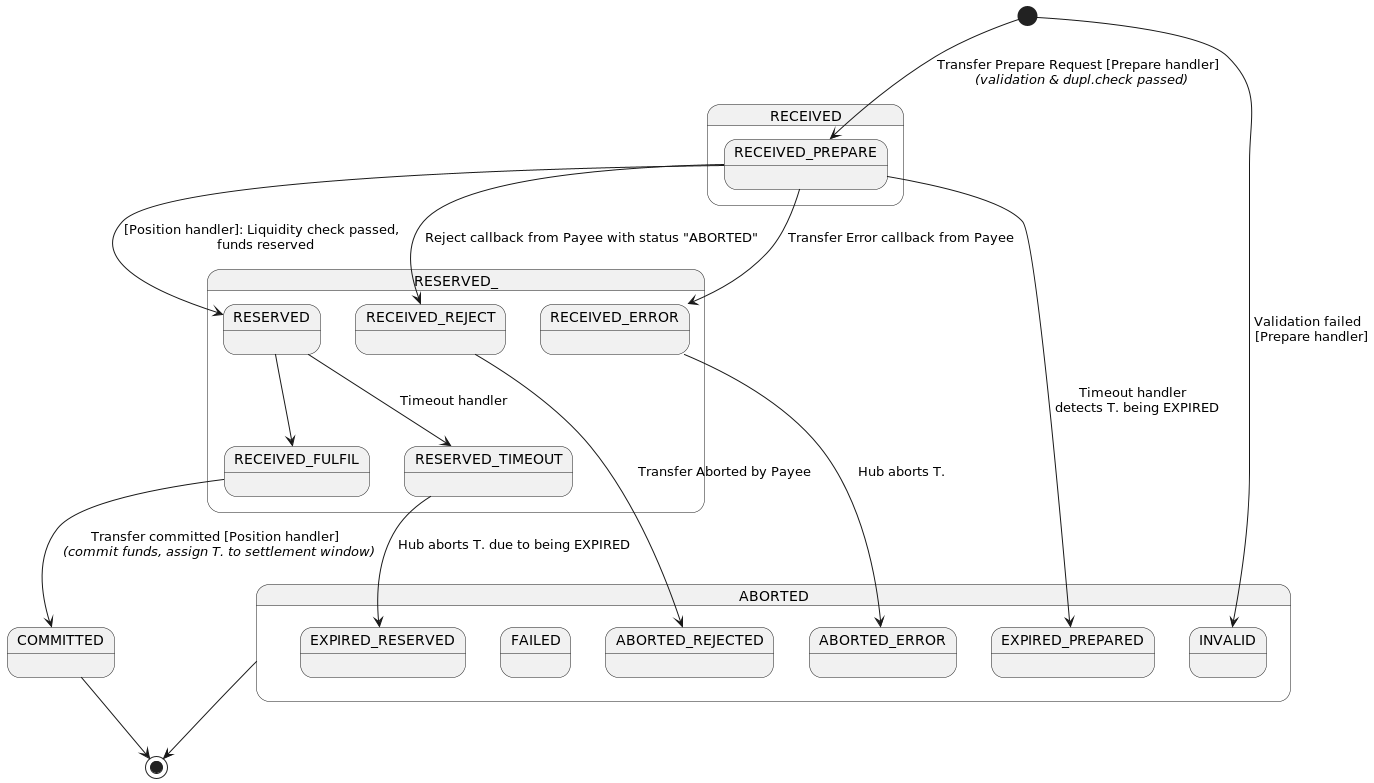
The PlantUML diagram documentation/state-diagrams/transfer-internal-states-diagram.png in mojaloop/central-ledger, before a commit.
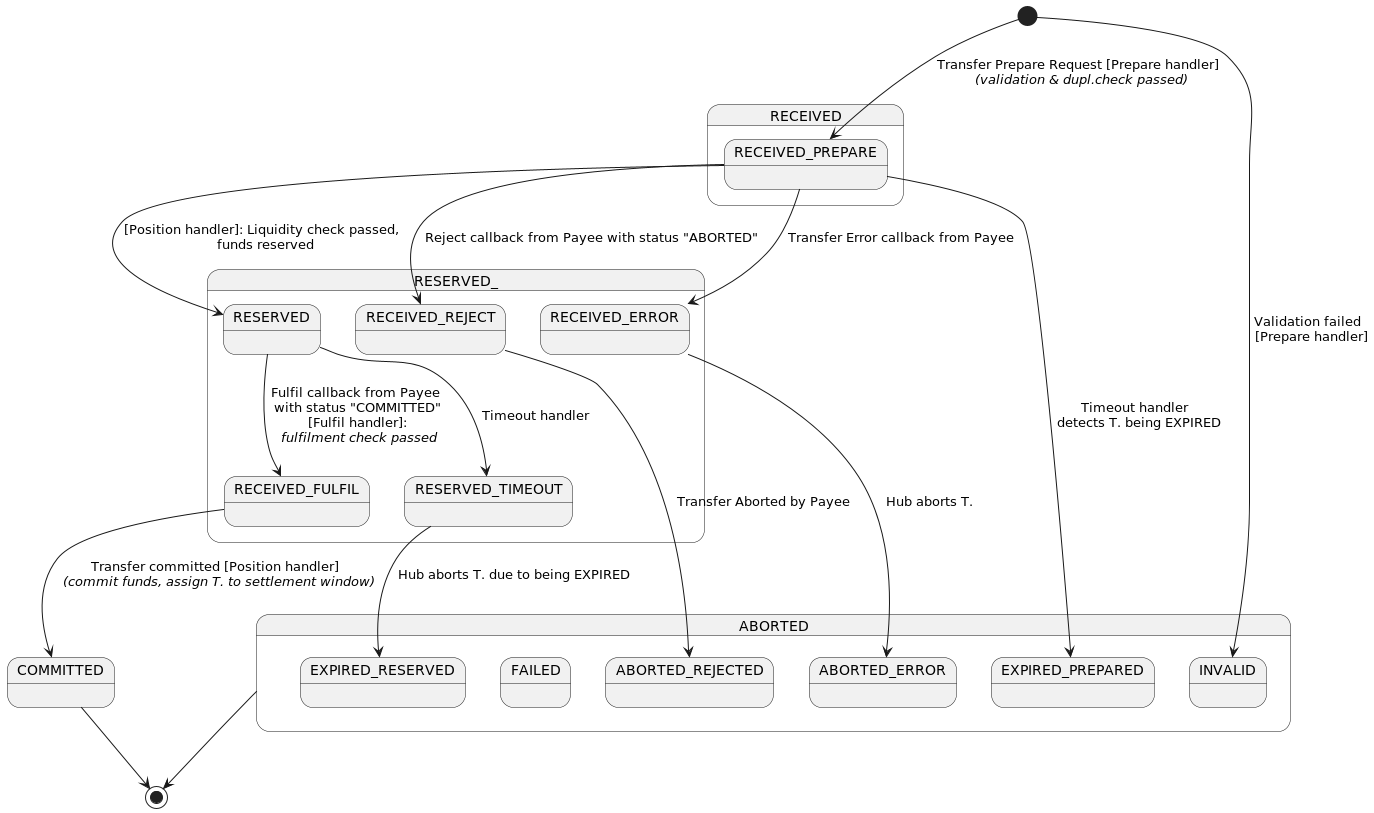
The same file after the commit.

Commit message:
feat(mojaloop/#3818): added transfer state diagrams

Change to the diagram source:
```diff
@@ -48,7 +48,7 @@
 RECEIVED_ERROR --> ABORTED_ERROR : Hub aborts T.
 RECEIVED_PREPARE --> EXPIRED_PREPARED : Timeout handler \n detects T. being EXPIRED
 
-RESERVED --> RECEIVED_FULFIL
+RESERVED --> RECEIVED_FULFIL : Fulfil callback from Payee \n with status "COMMITTED" \n [Fulfil handler]: \n <i>fulfilment check passed</i>
 RESERVED --> RESERVED_TIMEOUT : Timeout handler
 RESERVED_TIMEOUT --> EXPIRED_RESERVED : Hub aborts T. due to being EXPIRED
 
```
